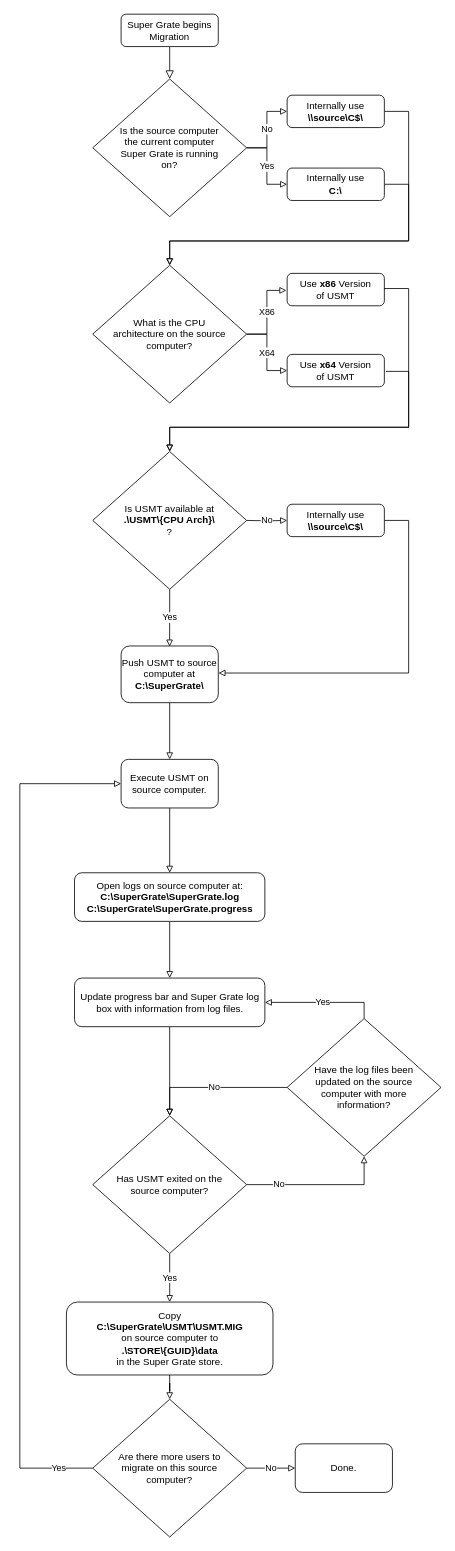
krisdb2009/documentation keeps this draw.io diagram as supergrate/Super Grate Migration Process.drawio. Above is the earlier version. Source tidied: cells renumbered, new cells numbered last; positions are measured from the earlier drawing's top-left corner, leaving out a move shared by most shapes. Both pictures are drawn from the tidied source at 81%, with x=0, y=0 at pixel (19, 14).
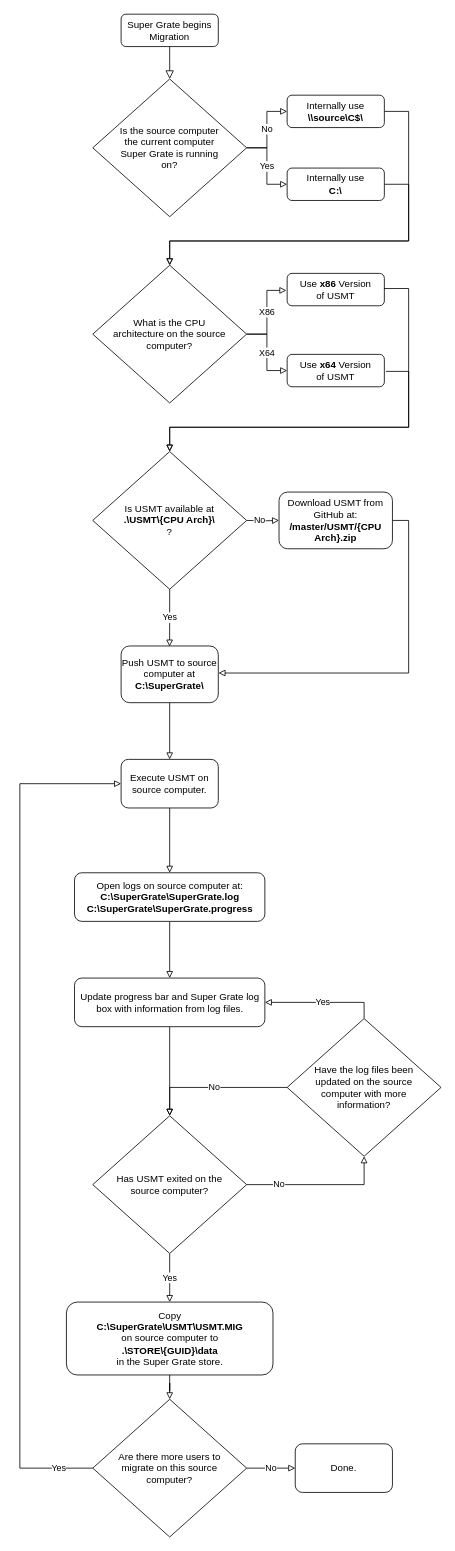
The same page after the edit.

Diff of the diagram source:
```diff
@@
     <mxCell id="20" value="No" style="edgeStyle=orthogonalEdgeStyle;rounded=0;jettySize=auto;html=1;entryX=0;entryY=0.5;entryDx=0;entryDy=0;endArrow=block;endFill=0;" parent="1" edge="1" target="22">
-      <mxGeometry relative="1" as="geometry">
+      <mxGeometry x="-0.2" relative="1" as="geometry">
         <mxPoint x="280" y="625" as="sourcePoint" />
       </mxGeometry>
     </mxCell>
@@
-    <mxCell id="22" value="Internally use &lt;b&gt;\\source\C$\&lt;/b&gt;" style="rounded=1;whiteSpace=wrap;html=1;fontSize=12;glass=0;strokeWidth=1;shadow=0;" parent="1" vertex="1">
-      <mxGeometry x="330" y="605" width="120" height="40" as="geometry" />
+    <mxCell id="22" value="Download USMT from GitHub at:&lt;br&gt;&lt;b&gt;/master/USMT/{CPU Arch}.zip&lt;/b&gt;" style="rounded=1;whiteSpace=wrap;html=1;fontSize=12;glass=0;strokeWidth=1;shadow=0;" parent="1" vertex="1">
+      <mxGeometry x="320" y="590" width="140" height="70" as="geometry" />
     </mxCell>
```
